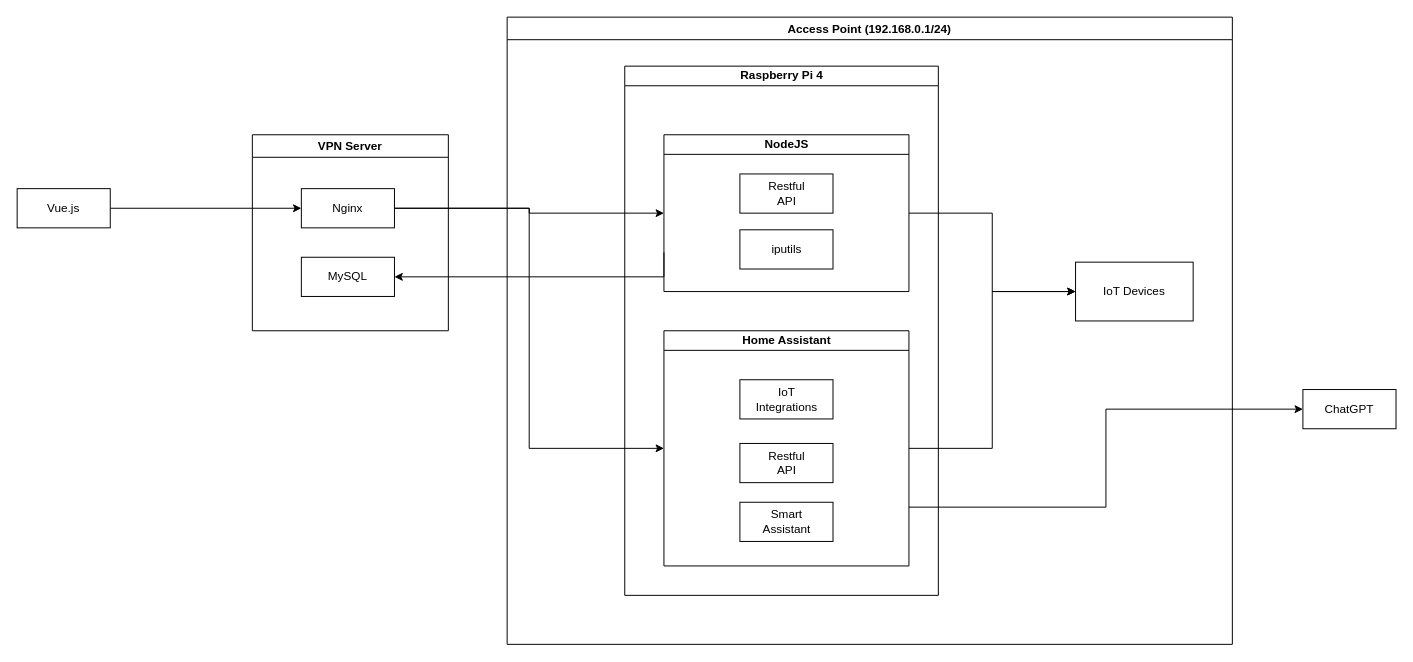
Earlier version of the draw.io diagram doc/final_system_architecture.drawio (nora6633/HomeAssisstantIntegration). Source tidied: cells renumbered, new cells numbered last; positions are measured from the earlier drawing's top-left corner, leaving out a move shared by most shapes. Both pictures are drawn from the tidied source at 98%, with x=0, y=0 at pixel (17, 17).
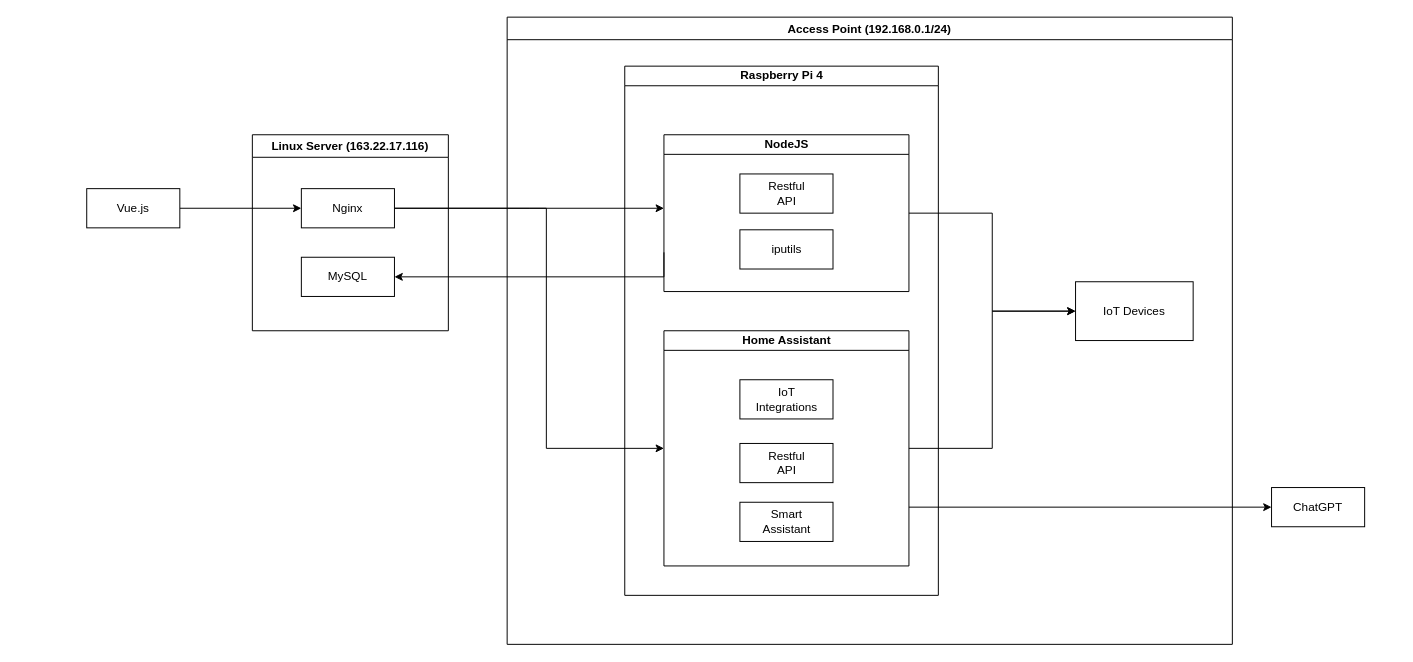
Above is the later version.

Unchanged cells that the change refers to:
```xml
<mxCell id="3" value="NodeJS" style="swimlane;html=1;startSize=20;horizontal=1;containerType=tree;glass=0;" parent="2" vertex="1">
  <mxGeometry x="40" y="70" width="250" height="160" as="geometry" />
</mxCell>
<mxCell id="4" value="Home Assistant" style="swimlane;html=1;startSize=20;horizontal=1;containerType=tree;glass=0;" parent="2" vertex="1">
  <mxGeometry x="40" y="270" width="250" height="240" as="geometry" />
</mxCell>
<mxCell id="6" value="Nginx" style="rounded=0;whiteSpace=wrap;html=1;" parent="5" vertex="1">
  <mxGeometry x="50" y="55" width="95" height="40" as="geometry" />
</mxCell>
<mxCell id="10" value="Access Point (192.168.0.1/24)" style="swimlane;" parent="1" vertex="1">
  <mxGeometry x="500" width="740" height="640" as="geometry" />
</mxCell>
```

The edit, as a diff of the source:
```diff
@@
-    <mxCell id="5" value="VPN Server" style="swimlane;" parent="1" vertex="1">
+    <mxCell id="5" value="Linux Server (163.22.17.116)" style="swimlane;" parent="1" vertex="1">
       <mxGeometry x="240" y="120" width="200" height="200" as="geometry" />
     </mxCell>
+    <mxCell id="24" style="edgeStyle=orthogonalEdgeStyle;rounded=0;jettySize=auto;html=1;exitX=1;exitY=0.5;exitDx=0;exitDy=0;" parent="5" edge="1" source="6">
+      <mxGeometry relative="1" as="geometry">
+        <mxPoint x="420" y="75" as="targetPoint" />
+      </mxGeometry>
+    </mxCell>
@@
     <mxCell id="8" style="edgeStyle=orthogonalEdgeStyle;rounded=0;jettySize=auto;html=1;exitX=1;exitY=0.5;exitDx=0;exitDy=0;entryX=0;entryY=0.5;entryDx=0;entryDy=0;" parent="1" edge="1" source="6" target="4">
-      <mxGeometry relative="1" as="geometry" />
+      <mxGeometry relative="1" as="geometry">
+        <Array as="points">
+          <mxPoint x="540" y="195" />
+          <mxPoint x="540" y="440" />
+        </Array>
+      </mxGeometry>
     </mxCell>
@@
     <mxCell id="11" value="IoT Devices" style="rounded=0;whiteSpace=wrap;html=1;" parent="10" vertex="1">
-      <mxGeometry x="580" y="250" width="120" height="60" as="geometry" />
+      <mxGeometry x="580" y="270" width="120" height="60" as="geometry" />
     </mxCell>
@@
     <mxCell id="20" value="Vue.js" style="rounded=0;whiteSpace=wrap;html=1;" parent="1" vertex="1">
-      <mxGeometry y="175" width="95" height="40" as="geometry" />
+      <mxGeometry x="71" y="175" width="95" height="40" as="geometry" />
     </mxCell>
     <mxCell id="21" value="ChatGPT" style="rounded=0;whiteSpace=wrap;html=1;" parent="1" vertex="1">
-      <mxGeometry x="1312" y="380" width="95" height="40" as="geometry" />
+      <mxGeometry x="1280" y="480" width="95" height="40" as="geometry" />
     </mxCell>
@@
-    <mxCell id="23" style="edgeStyle=orthogonalEdgeStyle;rounded=0;jettySize=auto;html=1;exitX=1;exitY=0.5;exitDx=0;exitDy=0;entryX=0;entryY=0.5;entryDx=0;entryDy=0;" parent="1" edge="1" source="6" target="3">
-      <mxGeometry relative="1" as="geometry" />
-    </mxCell>
```
